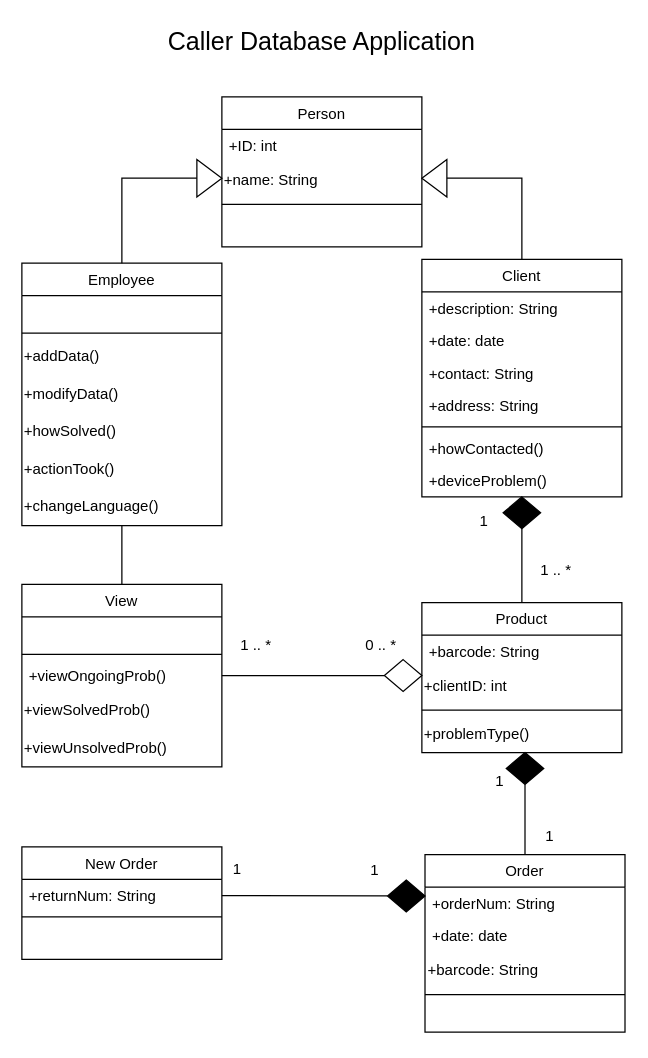
Above: deliverable 3/Class_Diagram.drawio in D3153/SystemDevTermProject (draw.io), before the change. Source tidied: cells renumbered, new cells numbered last; positions are measured from the earlier drawing's top-left corner, leaving out a move shared by most shapes. Both pictures are drawn from the tidied source at 125%, with x=0, y=0 at pixel (21, 21).
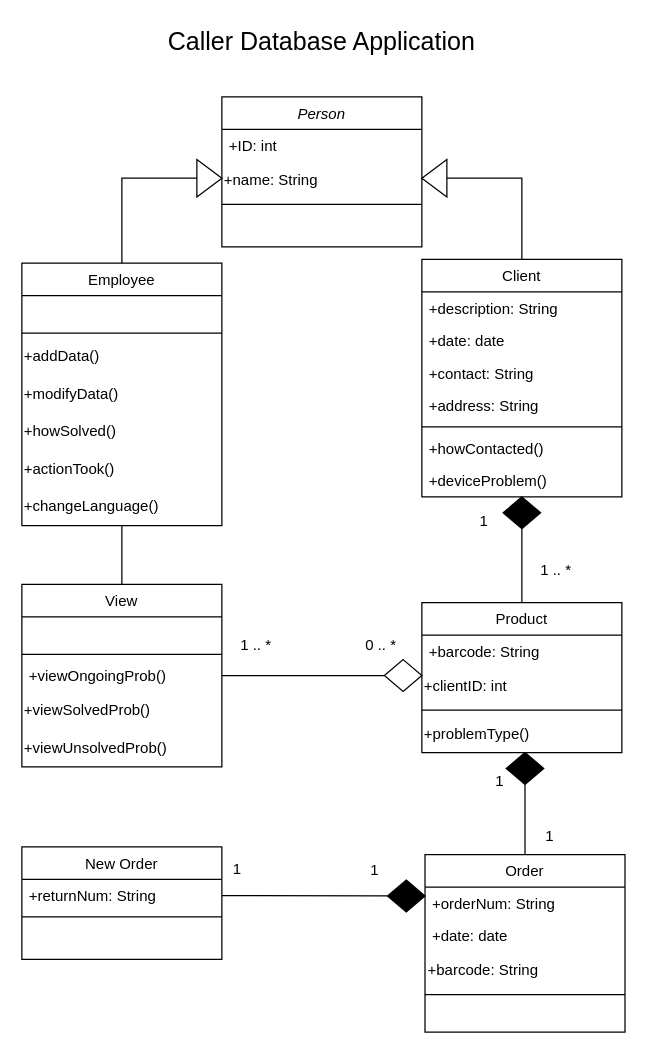
The same page after the edit.

Commit message (it also covers changes not shown here):
Did some changes on class diagram

The edit, as a diff of the source:
```diff
@@
-    <mxCell id="29" value="Person" style="swimlane;fontStyle=0;align=center;verticalAlign=top;horizontal=1;startSize=26;rounded=0;shadow=0;strokeWidth=1;" parent="1" vertex="1">
+    <mxCell id="29" value="Person" style="swimlane;fontStyle=2;align=center;verticalAlign=top;horizontal=1;startSize=26;rounded=0;shadow=0;strokeWidth=1;" parent="1" vertex="1">
       <mxGeometry x="160" y="60" width="160" height="120" as="geometry" />
     </mxCell>
```
